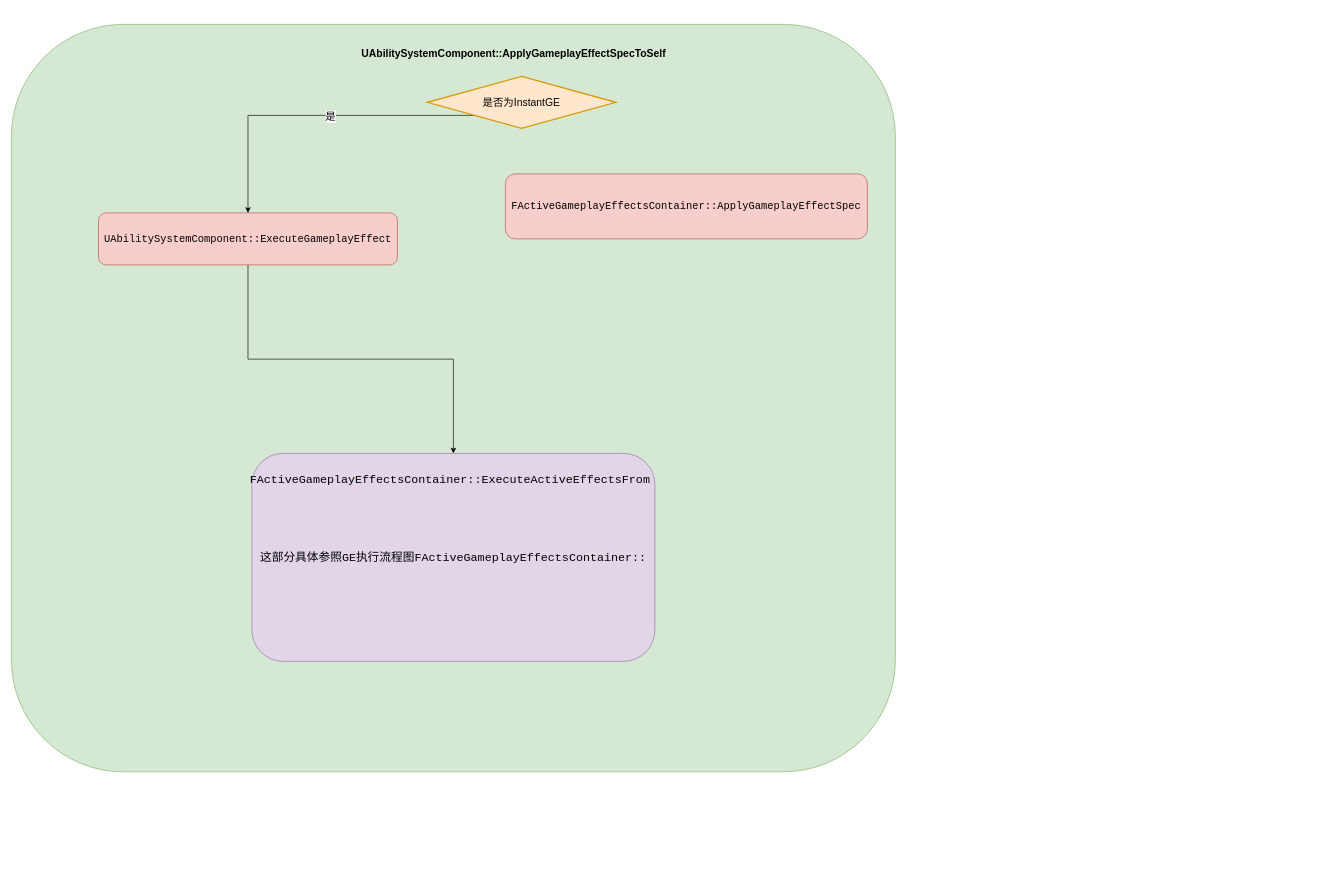
The draw.io diagram source/_posts/GAS_Learn/GE不同持续类型的执行逻辑.drawio in obsidian-zero/obsidian-zero.github.io, before the edit. Source tidied: cells renumbered, new cells numbered last; positions are measured from the earlier drawing's top-left corner, leaving out a move shared by most shapes. Both pictures are drawn from the tidied source at 65%, with x=0, y=0 at pixel (11, 18).
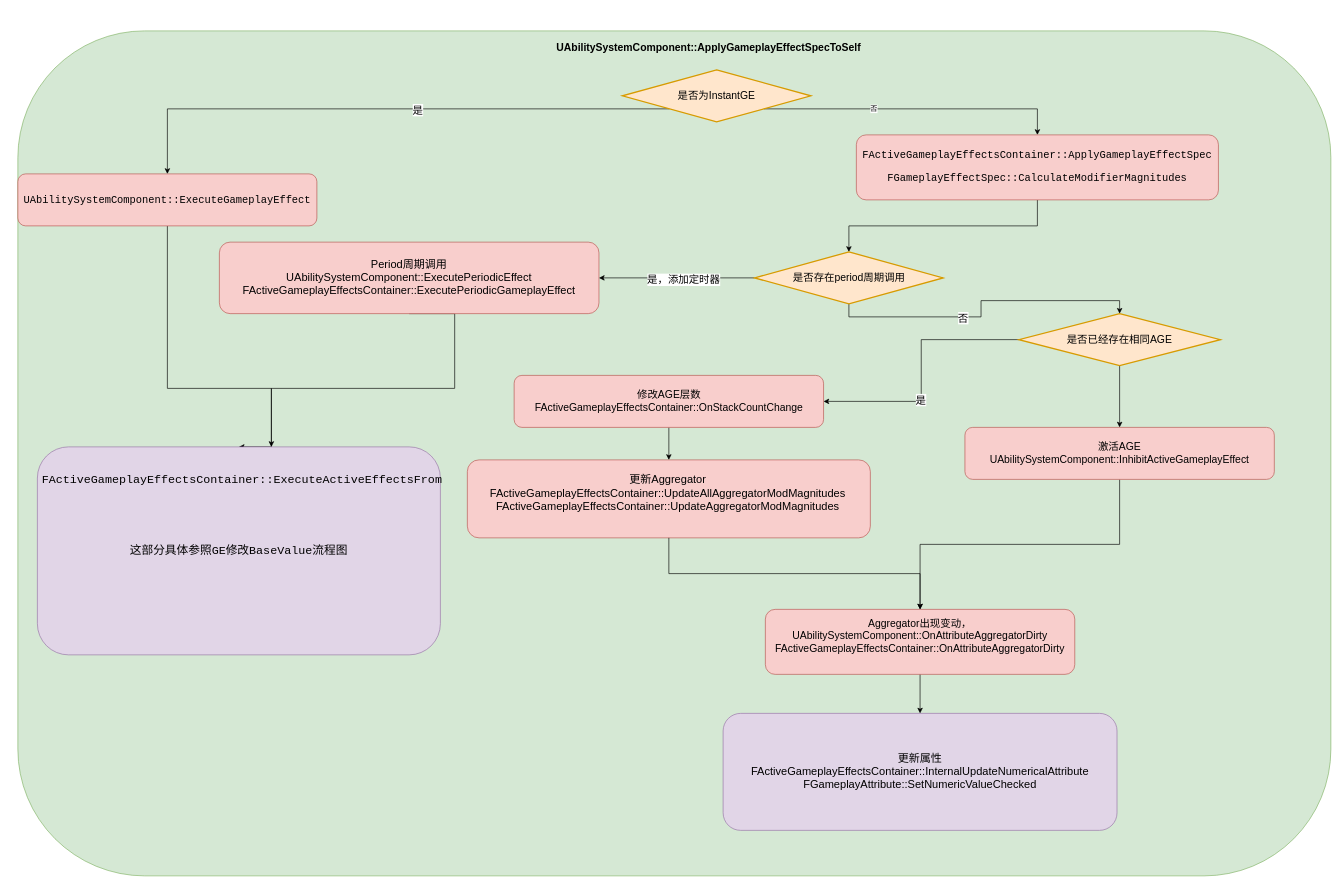
Above is the later version.

Change to the diagram source:
```diff
@@
-    <mxCell id="2" value="&lt;div style=&quot;font-family: Consolas, &amp;quot;Courier New&amp;quot;, monospace; font-size: 18px; line-height: 24px;&quot;&gt;&lt;br&gt;&lt;/div&gt;" style="rounded=1;whiteSpace=wrap;html=1;fillColor=#d5e8d4;strokeColor=#82b366;" parent="1" vertex="1">
-      <mxGeometry y="10" width="1360" height="1150" as="geometry" />
+    <mxCell id="2" style="rounded=1;whiteSpace=wrap;html=1;fillColor=#d5e8d4;strokeColor=#82b366;" parent="1" vertex="1">
+      <mxGeometry x="10" y="20" width="2020" height="1300" as="geometry" />
     </mxCell>
-    <mxCell id="3" style="edgeStyle=orthogonalEdgeStyle;rounded=0;jettySize=auto;html=1;exitX=0.5;exitY=1;exitDx=0;exitDy=0;fontSize=16;fontColor=#000000;" parent="1" edge="1" source="4" target="9">
-      <mxGeometry relative="1" as="geometry" />
+    <mxCell id="3" style="edgeStyle=orthogonalEdgeStyle;rounded=0;jettySize=auto;html=1;exitX=0.5;exitY=1;exitDx=0;exitDy=0;entryX=0.5;entryY=0;entryDx=0;entryDy=0;fontSize=17;" parent="1" edge="1" source="4" target="9">
+      <mxGeometry relative="1" as="geometry">
+        <Array as="points">
+          <mxPoint x="240" y="570" />
+          <mxPoint x="400" y="570" />
+        </Array>
+      </mxGeometry>
     </mxCell>
     <mxCell id="4" value="&lt;p style=&quot;font-family: Consolas, &amp;quot;Courier New&amp;quot;, monospace; line-height: 24px; font-size: 16px;&quot;&gt;&lt;font style=&quot;font-size: 16px;&quot;&gt;UAbilitySystemComponent&lt;/font&gt;&lt;span style=&quot;background-color: initial;&quot;&gt;::ExecuteGameplayEffect&lt;/span&gt;&lt;/p&gt;" style="rounded=1;whiteSpace=wrap;html=1;labelBackgroundColor=none;fillColor=#f8cecc;strokeColor=#b85450;" parent="1" vertex="1">
-      <mxGeometry x="134" y="300" width="460" height="80" as="geometry" />
+      <mxGeometry x="10" y="240" width="460" height="80" as="geometry" />
     </mxCell>
+    <mxCell id="12" style="edgeStyle=orthogonalEdgeStyle;rounded=0;jettySize=auto;html=1;fontSize=17;" parent="1" edge="1" source="5" target="8">
+      <mxGeometry relative="1" as="geometry" />
+    </mxCell>
     <mxCell id="5" value="&lt;b&gt;&lt;font style=&quot;font-size: 16px;&quot;&gt;UAbilitySystemComponent::ApplyGameplayEffectSpecToSelf&lt;/font&gt;&lt;/b&gt;" style="text;html=1;strokeColor=none;fillColor=none;align=center;verticalAlign=middle;whiteSpace=wrap;rounded=0;fontColor=#000000;strokeWidth=2;" parent="1" vertex="1">
-      <mxGeometry x="650" width="246" height="110" as="geometry" />
+      <mxGeometry x="950" y="-10" width="246" height="110" as="geometry" />
     </mxCell>
@@
+    <mxCell id="13" style="edgeStyle=orthogonalEdgeStyle;rounded=0;jettySize=auto;html=1;exitX=1;exitY=1;exitDx=0;exitDy=0;entryX=0.5;entryY=0;entryDx=0;entryDy=0;" parent="1" edge="1" source="8" target="11">
+      <mxGeometry relative="1" as="geometry" />
+    </mxCell>
+    <mxCell id="14" value="否" style="edgeLabel;html=1;align=center;verticalAlign=middle;" parent="13" vertex="1">
+      <mxGeometry x="-0.27" y="1" relative="1" as="geometry">
+        <mxPoint x="1" as="offset" />
+      </mxGeometry>
+    </mxCell>
     <mxCell id="8" value="是否为InstantGE" style="rhombus;whiteSpace=wrap;html=1;labelBackgroundColor=none;strokeWidth=2;fontSize=16;fillColor=#ffe6cc;strokeColor=#d79b00;" parent="1" vertex="1">
-      <mxGeometry x="640" y="90" width="290" height="80" as="geometry" />
+      <mxGeometry x="940" y="80" width="290" height="80" as="geometry" />
     </mxCell>
+    <mxCell id="15" style="edgeStyle=orthogonalEdgeStyle;rounded=0;jettySize=auto;html=1;exitX=0.5;exitY=1;exitDx=0;exitDy=0;entryX=0.5;entryY=0;entryDx=0;entryDy=0;fontSize=16;" parent="1" edge="1" source="11" target="27">
+      <mxGeometry relative="1" as="geometry" />
+    </mxCell>
+    <mxCell id="11" value="&lt;p style=&quot;line-height: 24px;&quot;&gt;&lt;font style=&quot;font-size: 16px;&quot; face=&quot;Consolas, Courier New, monospace&quot;&gt;FActiveGameplayEffectsContainer::ApplyGameplayEffectSpec&lt;/font&gt;&lt;br&gt;&lt;/p&gt;&lt;p style=&quot;line-height: 24px;&quot;&gt;&lt;font style=&quot;&quot; face=&quot;Consolas, Courier New, monospace&quot;&gt;&lt;font style=&quot;font-size: 16px;&quot;&gt;FGameplayEffectSpec::CalculateModifierMagnitudes&lt;/font&gt;&lt;br&gt;&lt;/font&gt;&lt;/p&gt;" style="rounded=1;whiteSpace=wrap;html=1;labelBackgroundColor=none;fillColor=#f8cecc;strokeColor=#b85450;" parent="1" vertex="1">
+      <mxGeometry x="1300" y="180" width="557" height="100" as="geometry" />
+    </mxCell>
+    <mxCell id="16" style="edgeStyle=orthogonalEdgeStyle;rounded=0;jettySize=auto;html=1;exitX=0.5;exitY=1;exitDx=0;exitDy=0;fontSize=17;" parent="1" edge="1" source="17" target="9">
+      <mxGeometry relative="1" as="geometry">
+        <Array as="points">
+          <mxPoint x="682" y="570" />
+          <mxPoint x="400" y="570" />
+        </Array>
+      </mxGeometry>
+    </mxCell>
+    <mxCell id="17" value="&lt;font style=&quot;font-size: 17px;&quot;&gt;Period周期调用&lt;br&gt;&lt;span style=&quot;&quot;&gt;UAbilitySystemComponent::ExecutePeriodicEffect&lt;/span&gt;&lt;br&gt;&lt;span style=&quot;&quot;&gt;FActiveGameplayEffectsContainer::ExecutePeriodicGameplayEffect&lt;/span&gt;&lt;/font&gt;" style="rounded=1;whiteSpace=wrap;html=1;labelBackgroundColor=none;fillColor=#f8cecc;strokeColor=#b85450;" parent="1" vertex="1">
+      <mxGeometry x="320" y="345" width="584" height="110" as="geometry" />
+    </mxCell>
+    <mxCell id="18" style="group;" parent="1" vertex="1">
+      <mxGeometry x="40" y="660" width="620" height="320" as="geometry" />
+    </mxCell>
-    <mxCell id="9" value="&lt;p style=&quot;font-family: Consolas, &amp;quot;Courier New&amp;quot;, monospace; font-size: 18px; line-height: 24px;&quot;&gt;这部分具体参照GE执行流程图FActiveGameplayEffectsContainer::&lt;/p&gt;" style="rounded=1;whiteSpace=wrap;html=1;labelBackgroundColor=none;fillColor=#e1d5e7;strokeColor=#9673a6;" parent="1" vertex="1">
-      <mxGeometry x="370" y="670" width="620" height="320" as="geometry" />
+    <mxCell id="9" value="&lt;p style=&quot;font-family: Consolas, &amp;quot;Courier New&amp;quot;, monospace; font-size: 18px; line-height: 24px;&quot;&gt;这部分具体参照GE修改BaseValue流程图&lt;/p&gt;" style="rounded=1;whiteSpace=wrap;html=1;labelBackgroundColor=none;fillColor=#e1d5e7;strokeColor=#9673a6;" parent="18" vertex="1">
+      <mxGeometry width="620" height="320" as="geometry" />
     </mxCell>
-    <mxCell id="10" value="&lt;div style=&quot;font-family: Consolas, &amp;quot;Courier New&amp;quot;, monospace; font-size: 18px; line-height: 24px;&quot;&gt;FActiveGameplayEffectsContainer::ExecuteActiveEffectsFrom&lt;/div&gt;" style="text;html=1;strokeColor=none;fillColor=none;align=center;verticalAlign=middle;whiteSpace=wrap;rounded=0;fontSize=16;fontColor=#000000;" parent="1" vertex="1">
-      <mxGeometry x="640" y="690" width="70" height="40" as="geometry" />
+    <mxCell id="10" value="&lt;div style=&quot;font-family: Consolas, &amp;quot;Courier New&amp;quot;, monospace; font-size: 18px; line-height: 24px;&quot;&gt;FActiveGameplayEffectsContainer::ExecuteActiveEffectsFrom&lt;/div&gt;" style="text;html=1;strokeColor=none;fillColor=none;align=center;verticalAlign=middle;whiteSpace=wrap;rounded=0;fontSize=16;fontColor=#000000;" parent="18" vertex="1">
+      <mxGeometry x="280" y="30" width="70" height="40" as="geometry" />
     </mxCell>
-    <mxCell id="11" value="&lt;p style=&quot;line-height: 24px;&quot;&gt;&lt;font style=&quot;font-size: 16px;&quot; face=&quot;Consolas, Courier New, monospace&quot;&gt;FActiveGameplayEffectsContainer::ApplyGameplayEffectSpec&lt;/font&gt;&lt;br&gt;&lt;/p&gt;" style="rounded=1;whiteSpace=wrap;html=1;labelBackgroundColor=none;fillColor=#f8cecc;strokeColor=#b85450;" parent="1" vertex="1">
-      <mxGeometry x="760" y="240" width="557" height="100" as="geometry" />
-    </mxCell>
+    <mxCell id="19" style="group;" parent="1" vertex="1">
+      <mxGeometry x="710" y="950" width="620" height="240" as="geometry" />
+    </mxCell>
+    <mxCell id="20" style="group;" parent="19" vertex="1">
+      <mxGeometry x="-8.5" y="-270" width="620" height="240" as="geometry" />
+    </mxCell>
+    <mxCell id="21" style="rounded=1;whiteSpace=wrap;html=1;labelBackgroundColor=none;fillColor=#f8cecc;strokeColor=#b85450;" parent="20" vertex="1">
+      <mxGeometry width="620" height="120" as="geometry" />
+    </mxCell>
+    <mxCell id="22" value="&lt;br&gt;更新Aggregator&lt;br&gt;FActiveGameplayEffectsContainer::UpdateAllAggregatorModMagnitudes&lt;br&gt;FActiveGameplayEffectsContainer::UpdateAggregatorModMagnitudes" style="text;html=1;strokeColor=none;fillColor=none;align=center;verticalAlign=middle;whiteSpace=wrap;rounded=0;fontSize=17;" parent="20" vertex="1">
+      <mxGeometry x="278.5" y="30" width="60" height="22.5" as="geometry" />
+    </mxCell>
+    <mxCell id="23" style="edgeStyle=orthogonalEdgeStyle;rounded=0;jettySize=auto;html=1;exitX=0;exitY=0.5;exitDx=0;exitDy=0;fontSize=16;" parent="1" edge="1" source="27" target="17">
+      <mxGeometry relative="1" as="geometry" />
+    </mxCell>
+    <mxCell id="24" value="是，添加定时器" style="edgeLabel;html=1;align=center;verticalAlign=middle;fontSize=16;" parent="23" vertex="1">
+      <mxGeometry x="-0.08" y="2" relative="1" as="geometry" />
+    </mxCell>
+    <mxCell id="25" style="edgeStyle=orthogonalEdgeStyle;rounded=0;jettySize=auto;html=1;exitX=0.5;exitY=1;exitDx=0;exitDy=0;fontSize=16;" parent="1" edge="1" source="27" target="31">
+      <mxGeometry relative="1" as="geometry" />
+    </mxCell>
+    <mxCell id="26" value="否" style="edgeLabel;html=1;align=center;verticalAlign=middle;fontSize=16;" parent="25" vertex="1">
+      <mxGeometry x="-0.19" y="-1" relative="1" as="geometry" />
+    </mxCell>
+    <mxCell id="27" value="是否存在period周期调用" style="rhombus;whiteSpace=wrap;html=1;labelBackgroundColor=none;strokeWidth=2;fontSize=16;fillColor=#ffe6cc;strokeColor=#d79b00;" parent="1" vertex="1">
+      <mxGeometry x="1143.5" y="360" width="290" height="80" as="geometry" />
+    </mxCell>
+    <mxCell id="28" style="edgeStyle=orthogonalEdgeStyle;rounded=0;jettySize=auto;html=1;exitX=0;exitY=0.5;exitDx=0;exitDy=0;entryX=1;entryY=0.5;entryDx=0;entryDy=0;fontSize=16;" parent="1" edge="1" source="31" target="33">
+      <mxGeometry relative="1" as="geometry" />
+    </mxCell>
+    <mxCell id="29" value="是" style="edgeLabel;html=1;align=center;verticalAlign=middle;fontSize=16;" parent="28" vertex="1">
+      <mxGeometry x="0.23" y="-1" relative="1" as="geometry" />
+    </mxCell>
+    <mxCell id="30" style="edgeStyle=orthogonalEdgeStyle;rounded=0;jettySize=auto;html=1;exitX=0.5;exitY=1;exitDx=0;exitDy=0;" parent="1" edge="1" source="31" target="35">
+      <mxGeometry relative="1" as="geometry" />
+    </mxCell>
+    <mxCell id="31" value="是否已经存在相同AGE" style="rhombus;whiteSpace=wrap;html=1;labelBackgroundColor=none;strokeWidth=2;fontSize=16;fillColor=#ffe6cc;strokeColor=#d79b00;" parent="1" vertex="1">
+      <mxGeometry x="1550" y="455" width="310" height="80" as="geometry" />
+    </mxCell>
+    <mxCell id="32" style="edgeStyle=orthogonalEdgeStyle;rounded=0;jettySize=auto;html=1;exitX=0.5;exitY=1;exitDx=0;exitDy=0;fontSize=16;" parent="1" edge="1" source="33" target="21">
+      <mxGeometry relative="1" as="geometry" />
+    </mxCell>
+    <mxCell id="33" value="&lt;font style=&quot;font-size: 16px;&quot;&gt;修改AGE层数&lt;br&gt;FActiveGameplayEffectsContainer::OnStackCountChange&lt;/font&gt;" style="rounded=1;whiteSpace=wrap;html=1;labelBackgroundColor=none;fillColor=#f8cecc;strokeColor=#b85450;" parent="1" vertex="1">
+      <mxGeometry x="773.5" y="550" width="476" height="80" as="geometry" />
+    </mxCell>
+    <mxCell id="34" style="edgeStyle=orthogonalEdgeStyle;rounded=0;jettySize=auto;html=1;exitX=0.5;exitY=1;exitDx=0;exitDy=0;fontSize=16;" parent="1" edge="1" source="35" target="37">
+      <mxGeometry relative="1" as="geometry" />
+    </mxCell>
+    <mxCell id="35" value="&lt;font style=&quot;font-size: 16px;&quot;&gt;激活AGE&lt;br&gt;UAbilitySystemComponent::InhibitActiveGameplayEffect&lt;/font&gt;" style="rounded=1;whiteSpace=wrap;html=1;labelBackgroundColor=none;fillColor=#f8cecc;strokeColor=#b85450;" parent="1" vertex="1">
+      <mxGeometry x="1467" y="630" width="476" height="80" as="geometry" />
+    </mxCell>
+    <mxCell id="36" style="edgeStyle=orthogonalEdgeStyle;rounded=0;jettySize=auto;html=1;exitX=0.5;exitY=1;exitDx=0;exitDy=0;fontSize=17;" parent="1" edge="1" source="37" target="38">
+      <mxGeometry relative="1" as="geometry" />
+    </mxCell>
+    <mxCell id="37" value="&lt;font style=&quot;font-size: 16px;&quot;&gt;Aggregator出现变动，&lt;br&gt;&lt;span style=&quot;&quot;&gt;UAbilitySystemComponent::OnAttributeAggregatorDirty&lt;/span&gt;&lt;br&gt;&lt;span style=&quot;&quot;&gt;FActiveGameplayEffectsContainer::OnAttributeAggregatorDirty&lt;br&gt;&lt;/span&gt;&lt;br&gt;&lt;/font&gt;" style="rounded=1;whiteSpace=wrap;html=1;labelBackgroundColor=none;fillColor=#f8cecc;strokeColor=#b85450;" parent="1" vertex="1">
+      <mxGeometry x="1160" y="910" width="476" height="100" as="geometry" />
+    </mxCell>
+    <mxCell id="38" value="&lt;font style=&quot;font-size: 17px;&quot;&gt;更新属性&lt;br&gt;FActiveGameplayEffectsContainer::InternalUpdateNumericalAttribute&lt;br&gt;FGameplayAttribute::SetNumericValueChecked&lt;br&gt;&lt;/font&gt;" style="rounded=1;whiteSpace=wrap;html=1;labelBackgroundColor=none;fillColor=#e1d5e7;strokeColor=#9673a6;" parent="1" vertex="1">
+      <mxGeometry x="1095" y="1070" width="606" height="180" as="geometry" />
+    </mxCell>
+    <mxCell id="39" style="edgeStyle=orthogonalEdgeStyle;rounded=0;jettySize=auto;html=1;exitX=0.5;exitY=1;exitDx=0;exitDy=0;entryX=0.5;entryY=0;entryDx=0;entryDy=0;fontSize=17;" parent="1" edge="1" source="21" target="37">
+      <mxGeometry relative="1" as="geometry" />
+    </mxCell>
```
